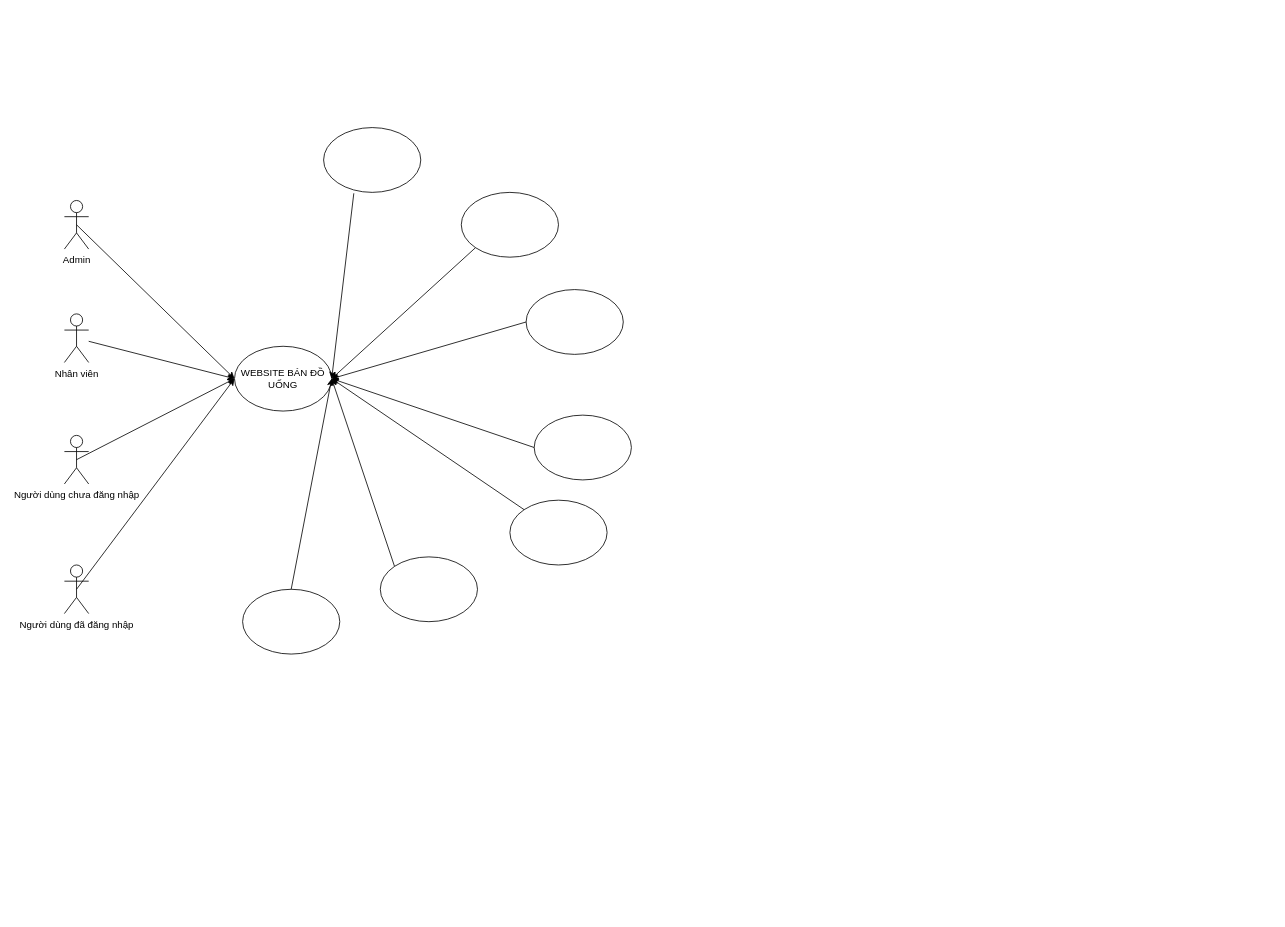
Before: page "Trang-1" (1 of 2) of Biểu đồ không có tiêu đề.drawio in minhtthph42743/duan1, a draw.io diagram. Source tidied: cells renumbered, new cells numbered last; positions are measured from the earlier drawing's top-left corner, leaving out a move shared by most shapes. Both pictures are drawn from the tidied source at 81%, with x=0, y=0 at pixel (64, 127).
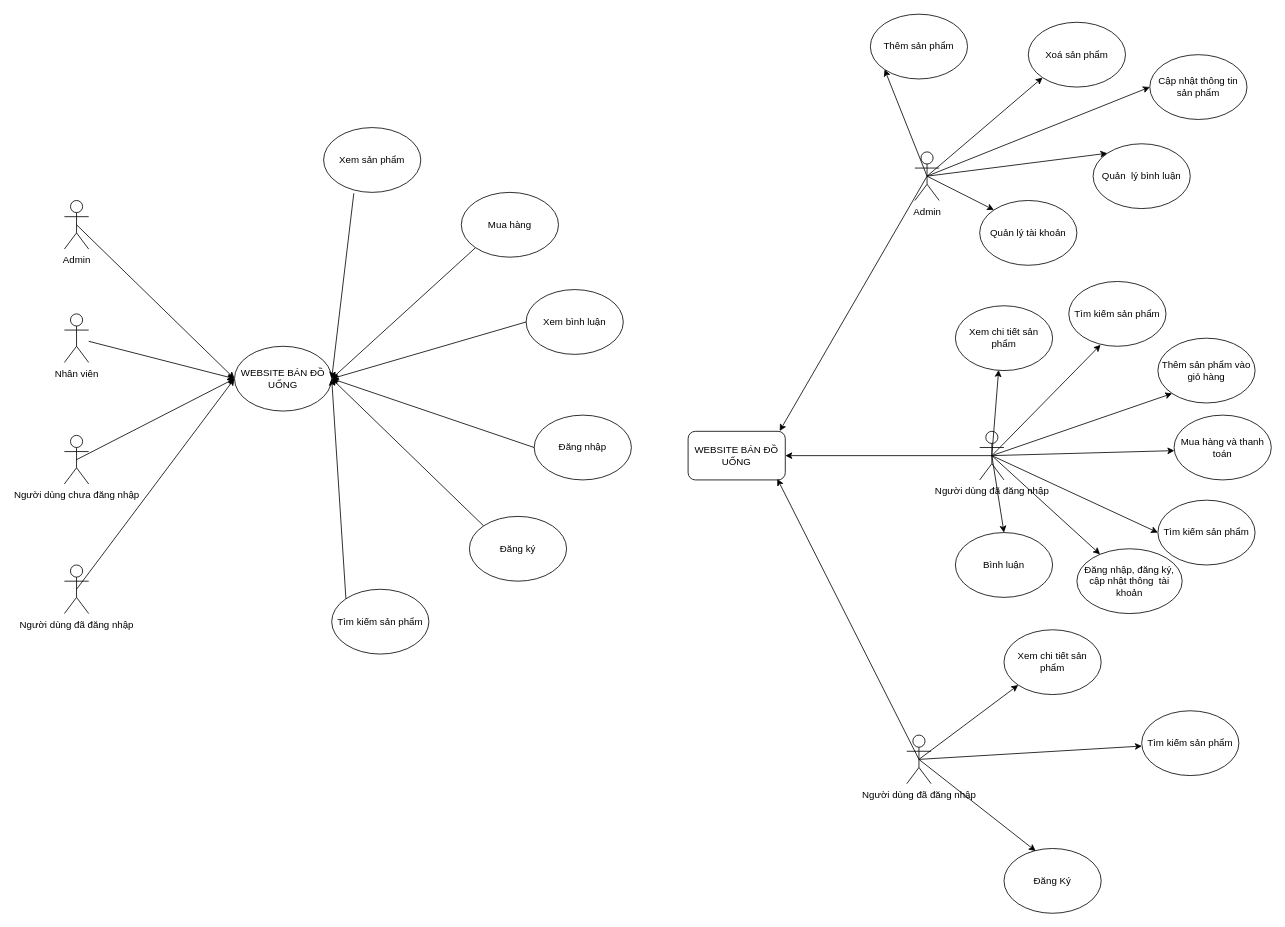
Above is the later version.

Commit message:
Use case dự án 1.drawio

Unchanged cells that the change refers to:
```xml
<mxCell id="6" value="WEBSITE BÁN ĐỒ UỐNG" style="ellipse;whiteSpace=wrap;html=1;" parent="1" vertex="1">
  <mxGeometry x="210" y="270" width="120" height="80" as="geometry" />
</mxCell>
```

The edit, as a diff of the source:
```diff
@@
-    <mxCell id="11" style="ellipse;whiteSpace=wrap;html=1;" parent="1" vertex="1">
-      <mxGeometry x="220" y="570" width="120" height="80" as="geometry" />
-    </mxCell>
-    <mxCell id="12" style="ellipse;whiteSpace=wrap;html=1;" parent="1" vertex="1">
-      <mxGeometry x="390" y="530" width="120" height="80" as="geometry" />
+    <mxCell id="12" value="Tìm kiếm sản phẩm" style="ellipse;whiteSpace=wrap;html=1;" parent="1" vertex="1">
+      <mxGeometry x="330" y="570" width="120" height="80" as="geometry" />
     </mxCell>
-    <mxCell id="13" style="ellipse;whiteSpace=wrap;html=1;" parent="1" vertex="1">
-      <mxGeometry x="550" y="460" width="120" height="80" as="geometry" />
+    <mxCell id="13" value="Đăng ký" style="ellipse;whiteSpace=wrap;html=1;" parent="1" vertex="1">
+      <mxGeometry x="500" y="480" width="120" height="80" as="geometry" />
     </mxCell>
-    <mxCell id="14" style="ellipse;whiteSpace=wrap;html=1;" parent="1" vertex="1">
+    <mxCell id="14" value="Đăng nhập" style="ellipse;whiteSpace=wrap;html=1;" parent="1" vertex="1">
       <mxGeometry x="580" y="355" width="120" height="80" as="geometry" />
     </mxCell>
-    <mxCell id="15" style="ellipse;whiteSpace=wrap;html=1;" parent="1" vertex="1">
+    <mxCell id="15" value="Xem bình luận" style="ellipse;whiteSpace=wrap;html=1;" parent="1" vertex="1">
       <mxGeometry x="570" y="200" width="120" height="80" as="geometry" />
     </mxCell>
-    <mxCell id="16" style="ellipse;whiteSpace=wrap;html=1;" parent="1" vertex="1">
+    <mxCell id="16" value="Mua hàng" style="ellipse;whiteSpace=wrap;html=1;" parent="1" vertex="1">
       <mxGeometry x="490" y="80" width="120" height="80" as="geometry" />
     </mxCell>
-    <mxCell id="17" style="ellipse;whiteSpace=wrap;html=1;" parent="1" vertex="1">
+    <mxCell id="17" value="Xem sản phẩm" style="ellipse;whiteSpace=wrap;html=1;" parent="1" vertex="1">
       <mxGeometry x="320" width="120" height="80" as="geometry" />
     </mxCell>
@@
-    <mxCell id="24" style="endArrow=classic;html=1;rounded=0;entryX=1;entryY=0.5;entryDx=0;entryDy=0;exitX=0.5;exitY=0;exitDx=0;exitDy=0;" parent="1" edge="1" source="11" target="6">
-      <mxGeometry relative="1" as="geometry" />
-    </mxCell>
+    <mxCell id="25" value="Admin" style="shape=umlActor;verticalLabelPosition=bottom;verticalAlign=top;html=1;outlineConnect=0;" parent="1" vertex="1">
+      <mxGeometry x="1050" y="30" width="30" height="60" as="geometry" />
+    </mxCell>
+    <mxCell id="26" value="WEBSITE BÁN ĐỒ UỐNG" style="rounded=1;whiteSpace=wrap;html=1;" parent="1" vertex="1">
+      <mxGeometry x="770" y="375" width="120" height="60" as="geometry" />
+    </mxCell>
+    <mxCell id="27" value="Người dùng đã đăng nhập" style="shape=umlActor;verticalLabelPosition=bottom;verticalAlign=top;html=1;outlineConnect=0;" parent="1" vertex="1">
+      <mxGeometry x="1040" y="750" width="30" height="60" as="geometry" />
+    </mxCell>
+    <mxCell id="28" value="Người dùng đã đăng nhập" style="shape=umlActor;verticalLabelPosition=bottom;verticalAlign=top;html=1;outlineConnect=0;" parent="1" vertex="1">
+      <mxGeometry x="1130" y="375" width="30" height="60" as="geometry" />
+    </mxCell>
+    <mxCell id="29" value="Thêm sản phẩm" style="ellipse;whiteSpace=wrap;html=1;" parent="1" vertex="1">
+      <mxGeometry x="995" y="-140" width="120" height="80" as="geometry" />
+    </mxCell>
+    <mxCell id="30" value="Xoá sản phẩm" style="ellipse;whiteSpace=wrap;html=1;" parent="1" vertex="1">
+      <mxGeometry x="1190" y="-130" width="120" height="80" as="geometry" />
+    </mxCell>
+    <mxCell id="31" value="Cập nhật thông tin sản phẩm" style="ellipse;whiteSpace=wrap;html=1;" parent="1" vertex="1">
+      <mxGeometry x="1340" y="-90" width="120" height="80" as="geometry" />
+    </mxCell>
+    <mxCell id="32" value="Quản&amp;nbsp; lý bình luận" style="ellipse;whiteSpace=wrap;html=1;" parent="1" vertex="1">
+      <mxGeometry x="1270" y="20" width="120" height="80" as="geometry" />
+    </mxCell>
+    <mxCell id="33" style="endArrow=classic;html=1;rounded=0;entryX=0;entryY=1;entryDx=0;entryDy=0;exitX=0.5;exitY=0.5;exitDx=0;exitDy=0;exitPerimeter=0;" parent="1" edge="1" source="25" target="29">
+      <mxGeometry relative="1" as="geometry" />
+    </mxCell>
+    <mxCell id="34" style="endArrow=classic;html=1;rounded=0;entryX=0;entryY=0;entryDx=0;entryDy=0;exitX=0.5;exitY=0.5;exitDx=0;exitDy=0;exitPerimeter=0;" parent="1" edge="1" source="25" target="32">
+      <mxGeometry relative="1" as="geometry" />
+    </mxCell>
+    <mxCell id="35" style="endArrow=classic;html=1;rounded=0;entryX=0;entryY=0.5;entryDx=0;entryDy=0;exitX=0.5;exitY=0.5;exitDx=0;exitDy=0;exitPerimeter=0;" parent="1" edge="1" source="25" target="31">
+      <mxGeometry relative="1" as="geometry" />
+    </mxCell>
+    <mxCell id="36" style="endArrow=classic;html=1;rounded=0;entryX=0;entryY=1;entryDx=0;entryDy=0;exitX=0.5;exitY=0.5;exitDx=0;exitDy=0;exitPerimeter=0;" parent="1" edge="1" source="25" target="30">
+      <mxGeometry relative="1" as="geometry" />
+    </mxCell>
+    <mxCell id="37" style="endArrow=classic;html=1;rounded=0;entryX=0.942;entryY=-0.006;entryDx=0;entryDy=0;entryPerimeter=0;exitX=0.5;exitY=0.5;exitDx=0;exitDy=0;exitPerimeter=0;" parent="1" edge="1" source="25" target="26">
+      <mxGeometry relative="1" as="geometry" />
+    </mxCell>
+    <mxCell id="38" style="endArrow=classic;html=1;rounded=0;entryX=0.918;entryY=0.978;entryDx=0;entryDy=0;entryPerimeter=0;exitX=0.5;exitY=0.5;exitDx=0;exitDy=0;exitPerimeter=0;" parent="1" edge="1" source="27" target="26">
+      <mxGeometry relative="1" as="geometry" />
+    </mxCell>
+    <mxCell id="39" style="endArrow=classic;html=1;rounded=0;entryX=1;entryY=0.5;entryDx=0;entryDy=0;exitX=0.5;exitY=0.5;exitDx=0;exitDy=0;exitPerimeter=0;" parent="1" edge="1" source="28" target="26">
+      <mxGeometry relative="1" as="geometry" />
+    </mxCell>
+    <mxCell id="40" value="Tìm kiếm sản phẩm" style="ellipse;whiteSpace=wrap;html=1;" parent="1" vertex="1">
+      <mxGeometry x="1240" y="190" width="120" height="80" as="geometry" />
+    </mxCell>
+    <mxCell id="41" value="Xem chi tiết sản phẩm" style="ellipse;whiteSpace=wrap;html=1;" parent="1" vertex="1">
+      <mxGeometry x="1100" y="220" width="120" height="80" as="geometry" />
+    </mxCell>
+    <mxCell id="42" value="Mua hàng và thanh toán" style="ellipse;whiteSpace=wrap;html=1;" parent="1" vertex="1">
+      <mxGeometry x="1370" y="355" width="120" height="80" as="geometry" />
+    </mxCell>
+    <mxCell id="43" value="Thêm sản phẩm vào giỏ hàng" style="ellipse;whiteSpace=wrap;html=1;" parent="1" vertex="1">
+      <mxGeometry x="1350" y="260" width="120" height="80" as="geometry" />
+    </mxCell>
+    <mxCell id="44" value="Tìm kiếm sản phẩm" style="ellipse;whiteSpace=wrap;html=1;" parent="1" vertex="1">
+      <mxGeometry x="1350" y="460" width="120" height="80" as="geometry" />
+    </mxCell>
+    <mxCell id="45" value="Đăng nhập, đăng ký, cập nhật thông&amp;nbsp; tài khoản" style="ellipse;whiteSpace=wrap;html=1;" parent="1" vertex="1">
+      <mxGeometry x="1250" y="520" width="130" height="80" as="geometry" />
+    </mxCell>
+    <mxCell id="46" value="Bình luận" style="ellipse;whiteSpace=wrap;html=1;" parent="1" vertex="1">
+      <mxGeometry x="1100" y="500" width="120" height="80" as="geometry" />
+    </mxCell>
+    <mxCell id="47" style="endArrow=classic;html=1;rounded=0;entryX=0.5;entryY=0;entryDx=0;entryDy=0;exitX=0.5;exitY=0.5;exitDx=0;exitDy=0;exitPerimeter=0;" parent="1" edge="1" source="28" target="46">
+      <mxGeometry relative="1" as="geometry" />
+    </mxCell>
+    <mxCell id="48" style="endArrow=classic;html=1;rounded=0;exitX=0.5;exitY=0.5;exitDx=0;exitDy=0;exitPerimeter=0;" parent="1" edge="1" source="28" target="45">
+      <mxGeometry relative="1" as="geometry" />
+    </mxCell>
+    <mxCell id="49" style="endArrow=classic;html=1;rounded=0;entryX=0;entryY=0.5;entryDx=0;entryDy=0;exitX=0.5;exitY=0.5;exitDx=0;exitDy=0;exitPerimeter=0;" parent="1" edge="1" source="28" target="44">
+      <mxGeometry relative="1" as="geometry" />
+    </mxCell>
+    <mxCell id="50" style="endArrow=classic;html=1;rounded=0;entryX=0.003;entryY=0.548;entryDx=0;entryDy=0;entryPerimeter=0;exitX=0.5;exitY=0.5;exitDx=0;exitDy=0;exitPerimeter=0;" parent="1" edge="1" source="28" target="42">
+      <mxGeometry relative="1" as="geometry" />
+    </mxCell>
+    <mxCell id="51" style="endArrow=classic;html=1;rounded=0;entryX=0;entryY=1;entryDx=0;entryDy=0;exitX=0.5;exitY=0.5;exitDx=0;exitDy=0;exitPerimeter=0;" parent="1" edge="1" source="28" target="43">
+      <mxGeometry relative="1" as="geometry" />
+    </mxCell>
+    <mxCell id="52" style="endArrow=classic;html=1;rounded=0;entryX=0.327;entryY=0.978;entryDx=0;entryDy=0;entryPerimeter=0;exitX=0.5;exitY=0.5;exitDx=0;exitDy=0;exitPerimeter=0;" parent="1" edge="1" source="28" target="40">
+      <mxGeometry relative="1" as="geometry" />
+    </mxCell>
+    <mxCell id="53" style="endArrow=classic;html=1;rounded=0;entryX=0.445;entryY=0.991;entryDx=0;entryDy=0;entryPerimeter=0;exitX=0.5;exitY=0.5;exitDx=0;exitDy=0;exitPerimeter=0;" parent="1" edge="1" source="28" target="41">
+      <mxGeometry relative="1" as="geometry" />
+    </mxCell>
+    <mxCell id="54" value="Tìm kiếm sản phẩm" style="ellipse;whiteSpace=wrap;html=1;" parent="1" vertex="1">
+      <mxGeometry x="1330" y="720" width="120" height="80" as="geometry" />
+    </mxCell>
+    <mxCell id="55" value="Đăng Ký" style="ellipse;whiteSpace=wrap;html=1;" parent="1" vertex="1">
+      <mxGeometry x="1160" y="890" width="120" height="80" as="geometry" />
+    </mxCell>
+    <mxCell id="56" value="Xem chi tiết sản phẩm" style="ellipse;whiteSpace=wrap;html=1;" parent="1" vertex="1">
+      <mxGeometry x="1160" y="620" width="120" height="80" as="geometry" />
+    </mxCell>
+    <mxCell id="57" style="endArrow=classic;html=1;rounded=0;entryX=0.326;entryY=0.039;entryDx=0;entryDy=0;entryPerimeter=0;exitX=0.5;exitY=0.5;exitDx=0;exitDy=0;exitPerimeter=0;" parent="1" edge="1" source="27" target="55">
+      <mxGeometry relative="1" as="geometry" />
+    </mxCell>
+    <mxCell id="58" style="endArrow=classic;html=1;rounded=0;exitX=0.5;exitY=0.5;exitDx=0;exitDy=0;exitPerimeter=0;" parent="1" edge="1" source="27" target="54">
+      <mxGeometry relative="1" as="geometry" />
+    </mxCell>
+    <mxCell id="59" style="endArrow=classic;html=1;rounded=0;entryX=0;entryY=1;entryDx=0;entryDy=0;exitX=0.5;exitY=0.5;exitDx=0;exitDy=0;exitPerimeter=0;" parent="1" edge="1" source="27" target="56">
+      <mxGeometry relative="1" as="geometry" />
+    </mxCell>
+    <mxCell id="60" value="Quản lý tài khoản" style="ellipse;whiteSpace=wrap;html=1;" parent="1" vertex="1">
+      <mxGeometry x="1130" y="90" width="120" height="80" as="geometry" />
+    </mxCell>
+    <mxCell id="61" style="endArrow=classic;html=1;rounded=0;entryX=0;entryY=0;entryDx=0;entryDy=0;exitX=0.5;exitY=0.5;exitDx=0;exitDy=0;exitPerimeter=0;" parent="1" edge="1" source="25" target="60">
+      <mxGeometry relative="1" as="geometry" />
+    </mxCell>
```
